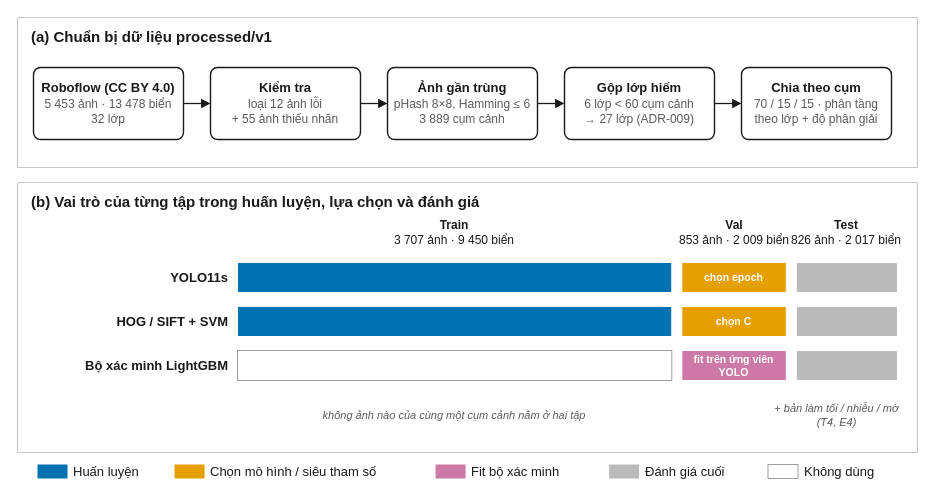
HoanBuCon/UTCI-Vision keeps this draw.io diagram as BaoCao/Nhom07/figures/drawio/Fig_du_lieu.drawio. Above is the earlier version. Source tidied: cells renumbered, new cells numbered last; positions are measured from the earlier drawing's top-left corner, leaving out a move shared by most shapes. Both pictures are drawn from the tidied source at 100%, with x=0, y=0 at pixel (17, 17).
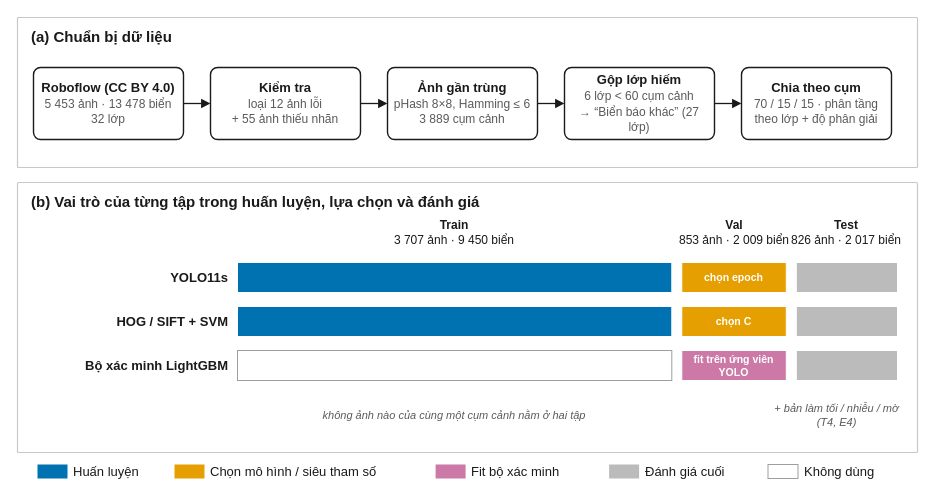
After the change.

The edit, as a diff of the source:
```diff
@@
-    <mxCell id="3" value="(a) Chuẩn bị dữ liệu processed/v1" style="text;html=1;whiteSpace=wrap;overflow=visible;strokeColor=none;fillColor=none;fontFamily=Arial;fontSize=15;fontColor=#1a1a1a;align=left;verticalAlign=middle;spacing=0;fontStyle=1;" parent="1" vertex="1">
+    <mxCell id="3" value="(a) Chuẩn bị dữ liệu" style="text;html=1;whiteSpace=wrap;overflow=visible;strokeColor=none;fillColor=none;fontFamily=Arial;fontSize=15;fontColor=#1a1a1a;align=left;verticalAlign=middle;spacing=0;fontStyle=1;" parent="1" vertex="1">
       <mxGeometry x="14" y="8" width="872" height="22" as="geometry" />
     </mxCell>
@@
-    <mxCell id="7" value="&lt;b&gt;Gộp lớp hiếm&lt;/b&gt;&lt;br&gt;&lt;font style=&quot;font-size:12px&quot; color=&quot;#5a5a5a&quot;&gt;6 lớp &amp;lt; 60 cụm cảnh&lt;br&gt;→ 27 lớp (ADR-009)&lt;/font&gt;" style="rounded=1;arcSize=10;html=1;whiteSpace=wrap;fontFamily=Arial;fontSize=13;fontColor=#1a1a1a;fillColor=#ffffff;strokeColor=#1a1a1a;strokeWidth=1.4;spacing=6;" parent="1" vertex="1">
+    <mxCell id="7" value="&lt;b&gt;Gộp lớp hiếm&lt;/b&gt;&lt;br&gt;&lt;font style=&quot;font-size:12px&quot; color=&quot;#5a5a5a&quot;&gt;6 lớp &amp;lt; 60 cụm cảnh&lt;br&gt;→ “Biển báo khác” (27 lớp)&lt;/font&gt;" style="rounded=1;arcSize=10;html=1;whiteSpace=wrap;fontFamily=Arial;fontSize=13;fontColor=#1a1a1a;fillColor=#ffffff;strokeColor=#1a1a1a;strokeWidth=1.4;spacing=6;" parent="1" vertex="1">
       <mxGeometry x="547" y="50" width="150" height="72" as="geometry" />
     </mxCell>
```
